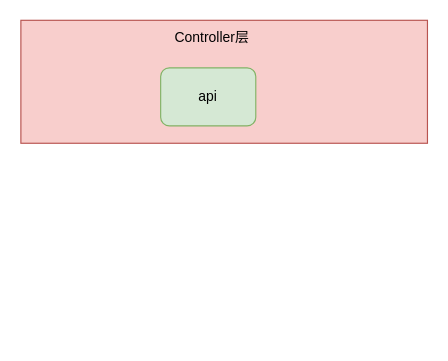
Before: api-analysis代码架构.drawio in laowang-cloud/diagrams, a draw.io diagram. Source tidied: cells renumbered, new cells numbered last; positions are measured from the earlier drawing's top-left corner, leaving out a move shared by most shapes. Both pictures are drawn from the tidied source at 116%, with x=0, y=0 at pixel (21, 20).
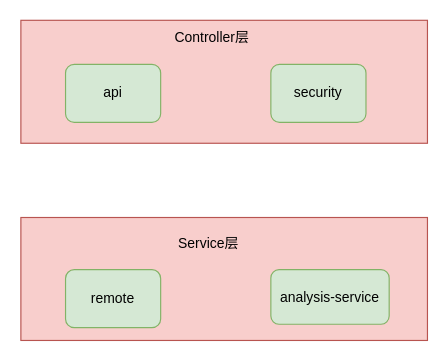
After the change.

Commit message (it also covers changes not shown here):
更新api-analysis代码架构.drawio

What changed in the source:
```diff
@@
 <mxGraphModel>
   <root>
     <mxCell id="0" />
     <mxCell id="1" parent="0" />
     <mxCell id="2" style="rounded=0;whiteSpace=wrap;html=1;fillColor=#f8cecc;strokeColor=#b85450;" parent="1" vertex="1">
       <mxGeometry x="-0.5" width="350.5" height="106" as="geometry" />
     </mxCell>
     <mxCell id="3" value="Controller层" style="text;html=1;strokeColor=none;fillColor=none;align=center;verticalAlign=middle;whiteSpace=wrap;rounded=0;" parent="1" vertex="1">
       <mxGeometry x="117" y="3" width="95" height="24" as="geometry" />
     </mxCell>
     <mxCell id="4" value="api" style="rounded=1;whiteSpace=wrap;html=1;fillColor=#d5e8d4;strokeColor=#82b366;" parent="1" vertex="1">
-      <mxGeometry x="120" y="41" width="82" height="50" as="geometry" />
+      <mxGeometry x="38" y="38" width="82" height="50" as="geometry" />
     </mxCell>
+    <mxCell id="5" style="rounded=0;whiteSpace=wrap;html=1;fillColor=#f8cecc;strokeColor=#b85450;" parent="1" vertex="1">
+      <mxGeometry x="-0.5" y="170" width="350.5" height="106" as="geometry" />
+    </mxCell>
+    <mxCell id="6" value="Service层" style="text;html=1;strokeColor=none;fillColor=none;align=center;verticalAlign=middle;whiteSpace=wrap;rounded=0;" parent="1" vertex="1">
+      <mxGeometry x="113.5" y="181" width="95" height="24" as="geometry" />
+    </mxCell>
+    <mxCell id="7" value="remote" style="rounded=1;whiteSpace=wrap;html=1;fillColor=#d5e8d4;strokeColor=#82b366;" parent="1" vertex="1">
+      <mxGeometry x="38" y="215" width="82" height="50" as="geometry" />
+    </mxCell>
+    <mxCell id="8" value="analysis-service" style="rounded=1;whiteSpace=wrap;html=1;fillColor=#d5e8d4;strokeColor=#82b366;" parent="1" vertex="1">
+      <mxGeometry x="215" y="215" width="102" height="47" as="geometry" />
+    </mxCell>
+    <mxCell id="9" value="security" style="rounded=1;whiteSpace=wrap;html=1;fillColor=#d5e8d4;strokeColor=#82b366;" parent="1" vertex="1">
+      <mxGeometry x="215" y="38" width="82" height="50" as="geometry" />
+    </mxCell>
   </root>
 </mxGraphModel>
```
